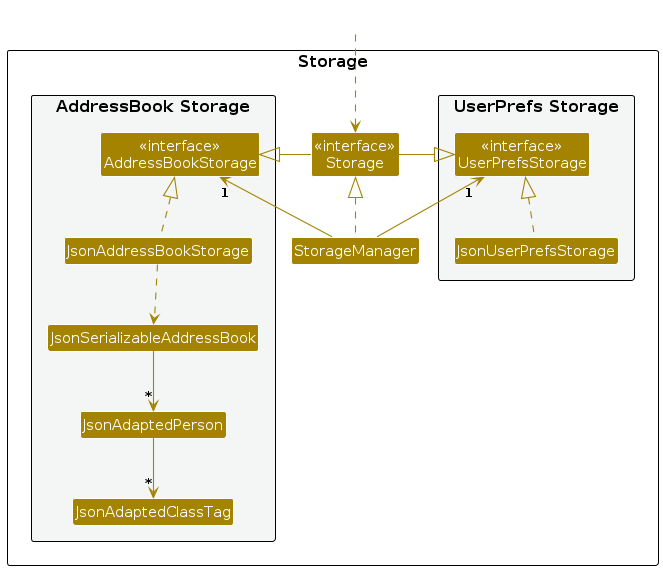
Above: diagrams/StorageClassDiagram.png in eesyuen09/tp (PlantUML), before the change. Its source is kept beside it as diagrams/StorageClassDiagram.puml.
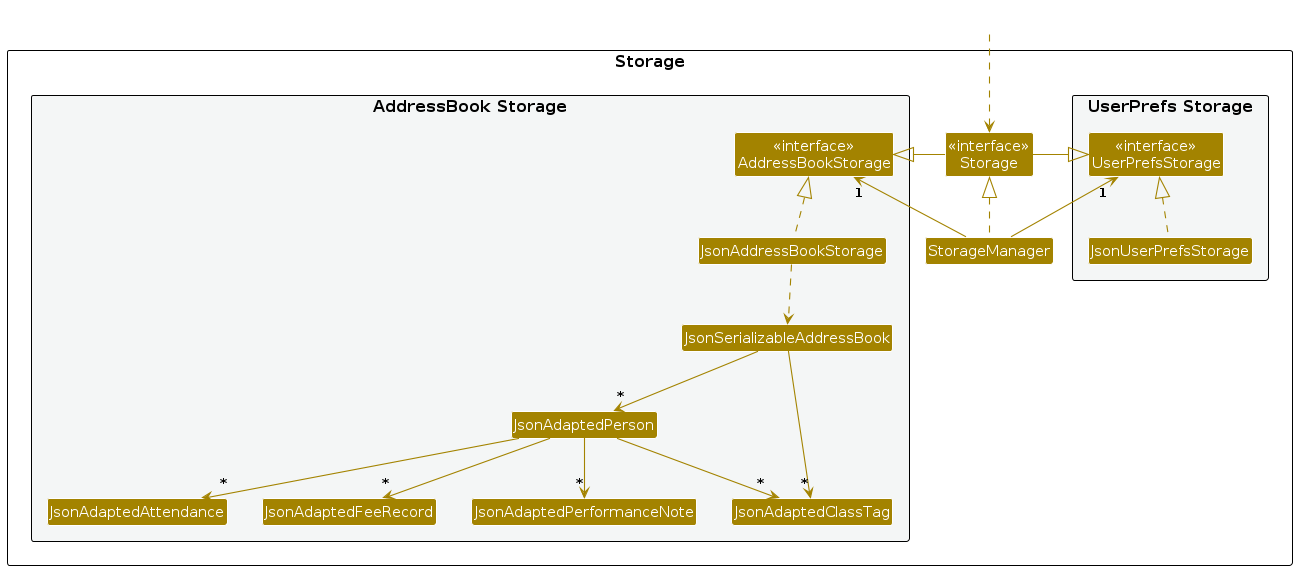
The same file after the commit.

Change to the diagram source:
```diff
@@ -20,6 +20,9 @@
 Class JsonSerializableAddressBook
 Class JsonAdaptedPerson
 Class JsonAdaptedClassTag
+Class JsonAdaptedAttendance
+Class JsonAdaptedFeeRecord
+Class JsonAdaptedPerformanceNote
 }
 
 }
@@ -38,6 +41,10 @@
 JsonAddressBookStorage .up.|> AddressBookStorage
 JsonAddressBookStorage ..> JsonSerializableAddressBook
 JsonSerializableAddressBook --> "*" JsonAdaptedPerson
+JsonSerializableAddressBook --> "*" JsonAdaptedClassTag
 JsonAdaptedPerson --> "*" JsonAdaptedClassTag
+ JsonAdaptedPerson --> "*" JsonAdaptedAttendance
+ JsonAdaptedPerson --> " * " JsonAdaptedFeeRecord
+ JsonAdaptedPerson --> "*" JsonAdaptedPerformanceNote
 
 @enduml
```
